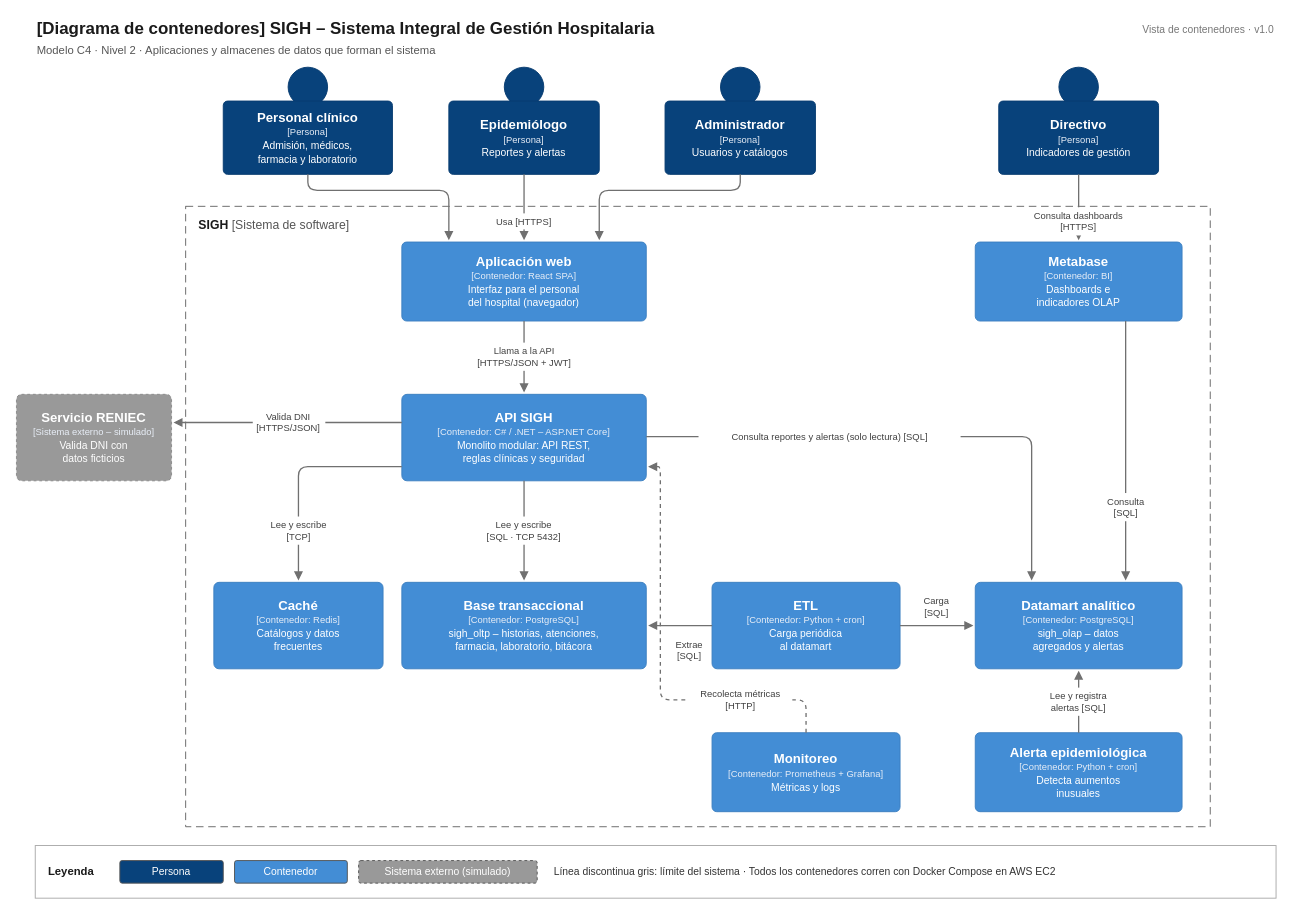
Before: img/fuentes-svg/nivel2-contenedores.drawio in rogerrodriguez27/SIGH-arquitSoft, a draw.io diagram. Source tidied: cells renumbered, new cells numbered last; positions are measured from the earlier drawing's top-left corner, leaving out a move shared by most shapes. Both pictures are drawn from the tidied source at 94%, with x=0, y=0 at pixel (16, 16).
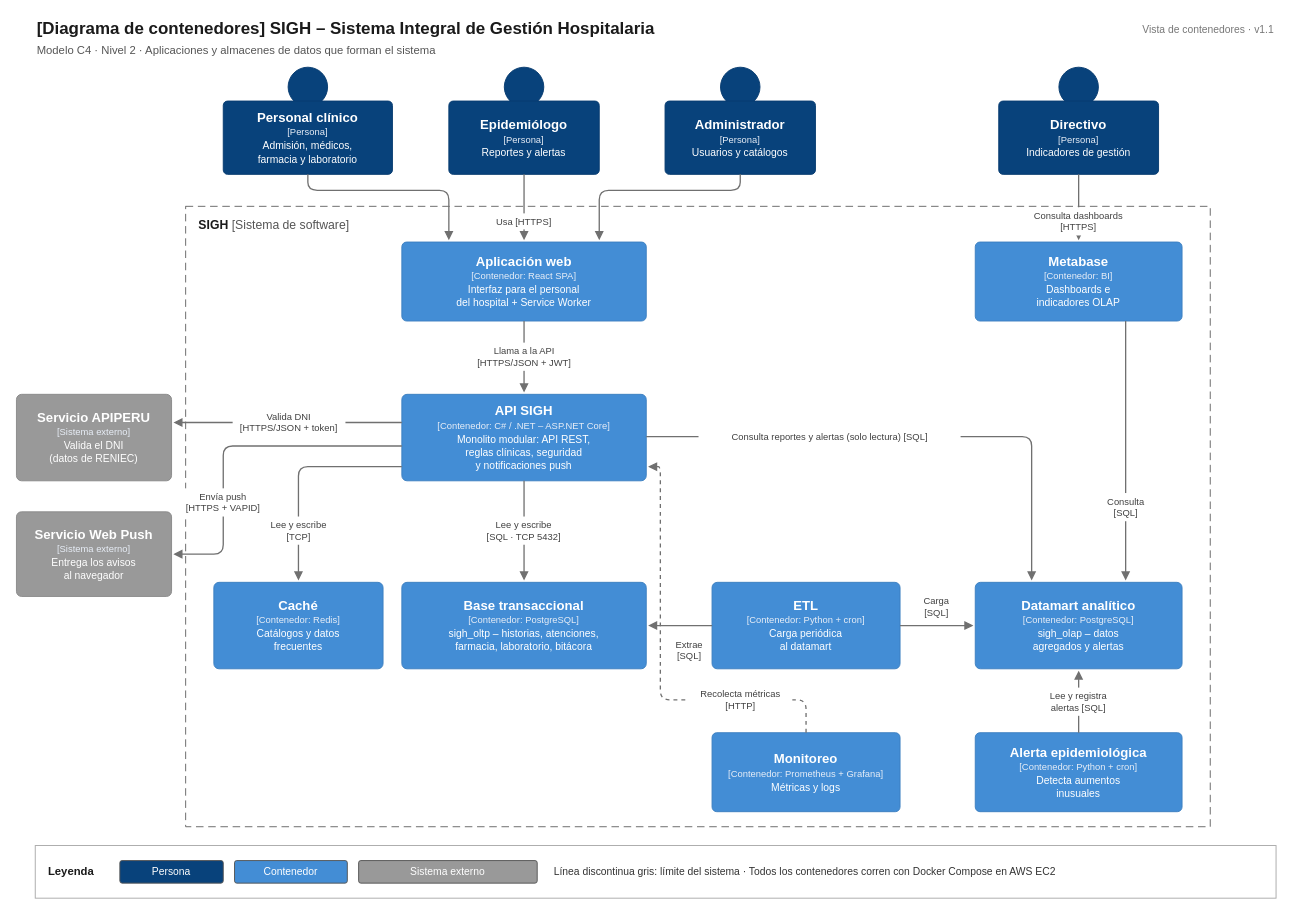
After the change.

Commit message (it also covers changes not shown here):
docs: actualizar modelo C4 con APIPERU y Web Push

Diff of the diagram source:
```diff
@@
-    <mxCell id="4" value="Vista de contenedores · v1.0" style="text;html=1;strokeColor=none;fillColor=none;whiteSpace=wrap;fontFamily=Helvetica;fontColor=#777777;fontSize=11;align=right;verticalAlign=middle;" parent="1" vertex="1">
+    <mxCell id="4" value="Vista de contenedores · v1.1" style="text;html=1;strokeColor=none;fillColor=none;whiteSpace=wrap;fontFamily=Helvetica;fontColor=#777777;fontSize=11;align=right;verticalAlign=middle;" parent="1" vertex="1">
       <mxGeometry x="1120" y="4" width="220" height="20" as="geometry" />
     </mxCell>
@@
-    <mxCell id="14" value="&lt;b&gt;&lt;font style=&quot;font-size:14px&quot;&gt;Aplicación web&lt;/font&gt;&lt;/b&gt;&lt;br&gt;&lt;font style=&quot;font-size:10px&quot; color=&quot;#E8EEF7&quot;&gt;[Contenedor: React SPA]&lt;/font&gt;&lt;br&gt;&lt;font style=&quot;font-size:11px&quot;&gt;Interfaz para el personal&lt;/font&gt;&lt;br&gt;&lt;font style=&quot;font-size:11px&quot;&gt;del hospital (navegador)&lt;/font&gt;" style="rounded=1;whiteSpace=wrap;html=1;fontFamily=Helvetica;fillColor=#438DD5;strokeColor=#3C7FC0;strokeWidth=1;fontColor=#FFFFFF;arcSize=6;" parent="1" vertex="1">
+    <mxCell id="14" value="&lt;b&gt;&lt;font style=&quot;font-size:14px&quot;&gt;Aplicación web&lt;/font&gt;&lt;/b&gt;&lt;br&gt;&lt;font style=&quot;font-size:10px&quot; color=&quot;#E8EEF7&quot;&gt;[Contenedor: React SPA]&lt;/font&gt;&lt;br&gt;&lt;font style=&quot;font-size:11px&quot;&gt;Interfaz para el personal&lt;/font&gt;&lt;br&gt;&lt;font style=&quot;font-size:11px&quot;&gt;del hospital + Service Worker&lt;/font&gt;" style="rounded=1;whiteSpace=wrap;html=1;fontFamily=Helvetica;fillColor=#438DD5;strokeColor=#3C7FC0;strokeWidth=1;fontColor=#FFFFFF;arcSize=6;" parent="1" vertex="1">
       <mxGeometry x="410" y="240" width="260" height="84" as="geometry" />
     </mxCell>
@@
-    <mxCell id="16" value="&lt;b&gt;&lt;font style=&quot;font-size:14px&quot;&gt;API SIGH&lt;/font&gt;&lt;/b&gt;&lt;br&gt;&lt;font style=&quot;font-size:10px&quot; color=&quot;#E8EEF7&quot;&gt;[Contenedor: C# / .NET – ASP.NET Core]&lt;/font&gt;&lt;br&gt;&lt;font style=&quot;font-size:11px&quot;&gt;Monolito modular: API REST,&lt;/font&gt;&lt;br&gt;&lt;font style=&quot;font-size:11px&quot;&gt;reglas clínicas y seguridad&lt;/font&gt;" style="rounded=1;whiteSpace=wrap;html=1;fontFamily=Helvetica;fillColor=#438DD5;strokeColor=#3C7FC0;strokeWidth=1;fontColor=#FFFFFF;arcSize=6;" parent="1" vertex="1">
+    <mxCell id="16" value="&lt;b&gt;&lt;font style=&quot;font-size:14px&quot;&gt;API SIGH&lt;/font&gt;&lt;/b&gt;&lt;br&gt;&lt;font style=&quot;font-size:10px&quot; color=&quot;#E8EEF7&quot;&gt;[Contenedor: C# / .NET – ASP.NET Core]&lt;/font&gt;&lt;br&gt;&lt;font style=&quot;font-size:11px&quot;&gt;Monolito modular: API REST,&lt;/font&gt;&lt;br&gt;&lt;font style=&quot;font-size:11px&quot;&gt;reglas clínicas, seguridad&lt;/font&gt;&lt;br&gt;&lt;font style=&quot;font-size:11px&quot;&gt;y notificaciones push&lt;/font&gt;" style="rounded=1;whiteSpace=wrap;html=1;fontFamily=Helvetica;fillColor=#438DD5;strokeColor=#3C7FC0;strokeWidth=1;fontColor=#FFFFFF;arcSize=6;" parent="1" vertex="1">
       <mxGeometry x="410" y="402" width="260" height="92" as="geometry" />
     </mxCell>
@@
-    <mxCell id="23" value="&lt;b&gt;&lt;font style=&quot;font-size:14px&quot;&gt;Servicio RENIEC&lt;/font&gt;&lt;/b&gt;&lt;br&gt;&lt;font style=&quot;font-size:10px&quot; color=&quot;#E8EEF7&quot;&gt;[Sistema externo – simulado]&lt;/font&gt;&lt;br&gt;&lt;font style=&quot;font-size:11px&quot;&gt;Valida DNI con&lt;/font&gt;&lt;br&gt;&lt;font style=&quot;font-size:11px&quot;&gt;datos ficticios&lt;/font&gt;" style="rounded=1;whiteSpace=wrap;html=1;fontFamily=Helvetica;fillColor=#999999;strokeColor=#8A8A8A;strokeWidth=1;fontColor=#FFFFFF;arcSize=6;dashed=1;" parent="1" vertex="1">
+    <mxCell id="23" value="&lt;b&gt;&lt;font style=&quot;font-size:14px&quot;&gt;Servicio APIPERU&lt;/font&gt;&lt;/b&gt;&lt;br&gt;&lt;font style=&quot;font-size:10px&quot; color=&quot;#E8EEF7&quot;&gt;[Sistema externo]&lt;/font&gt;&lt;br&gt;&lt;font style=&quot;font-size:11px&quot;&gt;Valida el DNI&lt;/font&gt;&lt;br&gt;&lt;font style=&quot;font-size:11px&quot;&gt;(datos de RENIEC)&lt;/font&gt;" style="rounded=1;whiteSpace=wrap;html=1;fontFamily=Helvetica;fillColor=#999999;strokeColor=#8A8A8A;strokeWidth=1;fontColor=#FFFFFF;arcSize=6;" parent="1" vertex="1">
       <mxGeometry y="402" width="165" height="92" as="geometry" />
     </mxCell>
@@
-    <mxCell id="37" value="Valida DNI&lt;br&gt;[HTTPS/JSON]" style="text;html=1;strokeColor=none;fillColor=#FFFFFF;whiteSpace=wrap;fontFamily=Helvetica;fontColor=#404040;fontSize=10;align=center;verticalAlign=middle;" parent="1" vertex="1">
-      <mxGeometry x="251.4" y="417" width="77.2" height="30" as="geometry" />
+    <mxCell id="37" value="Valida DNI&lt;br&gt;[HTTPS/JSON + token]" style="text;html=1;strokeColor=none;fillColor=#FFFFFF;whiteSpace=wrap;fontFamily=Helvetica;fontColor=#404040;fontSize=10;align=center;verticalAlign=middle;" parent="1" vertex="1">
+      <mxGeometry x="230" y="417" width="120" height="30" as="geometry" />
     </mxCell>
@@
-    <mxCell id="54" value="Sistema externo (simulado)" style="rounded=1;arcSize=10;whiteSpace=wrap;html=1;fontFamily=Helvetica;fillColor=#999999;strokeColor=#555555;fontColor=#FFFFFF;fontSize=11;dashed=1;" parent="1" vertex="1">
+    <mxCell id="54" value="Sistema externo" style="rounded=1;arcSize=10;whiteSpace=wrap;html=1;fontFamily=Helvetica;fillColor=#999999;strokeColor=#555555;fontColor=#FFFFFF;fontSize=11;" parent="1" vertex="1">
       <mxGeometry x="364" y="898" width="190" height="24" as="geometry" />
     </mxCell>
@@
+    <mxCell id="56" value="&lt;b&gt;&lt;font style=&quot;font-size:14px&quot;&gt;Servicio Web Push&lt;/font&gt;&lt;/b&gt;&lt;br&gt;&lt;font style=&quot;font-size:10px&quot; color=&quot;#E8EEF7&quot;&gt;[Sistema externo]&lt;/font&gt;&lt;br&gt;&lt;font style=&quot;font-size:11px&quot;&gt;Entrega los avisos&lt;/font&gt;&lt;br&gt;&lt;font style=&quot;font-size:11px&quot;&gt;al navegador&lt;/font&gt;" style="rounded=1;whiteSpace=wrap;html=1;fontFamily=Helvetica;fillColor=#999999;strokeColor=#8A8A8A;strokeWidth=1;fontColor=#FFFFFF;arcSize=6;" parent="1" vertex="1">
+      <mxGeometry y="527" width="165" height="90" as="geometry" />
+    </mxCell>
+    <mxCell id="57" style="edgeStyle=none;html=1;endArrow=block;endFill=1;strokeColor=#707070;strokeWidth=1.4;fontFamily=Helvetica;fontSize=10;fontColor=#404040;" parent="1" edge="1">
+      <mxGeometry relative="1" as="geometry">
+        <mxPoint x="410" y="457" as="sourcePoint" />
+        <mxPoint x="167" y="572" as="targetPoint" />
+        <Array as="points">
+          <mxPoint x="220" y="457" />
+          <mxPoint x="220" y="572" />
+        </Array>
+      </mxGeometry>
+    </mxCell>
+    <mxCell id="58" value="Envía push&lt;br&gt;[HTTPS + VAPID]" style="text;html=1;strokeColor=none;fillColor=#FFFFFF;whiteSpace=wrap;fontFamily=Helvetica;fontColor=#404040;fontSize=10;align=center;verticalAlign=middle;" parent="1" vertex="1">
+      <mxGeometry x="170" y="502" width="100" height="30" as="geometry" />
+    </mxCell>
```
